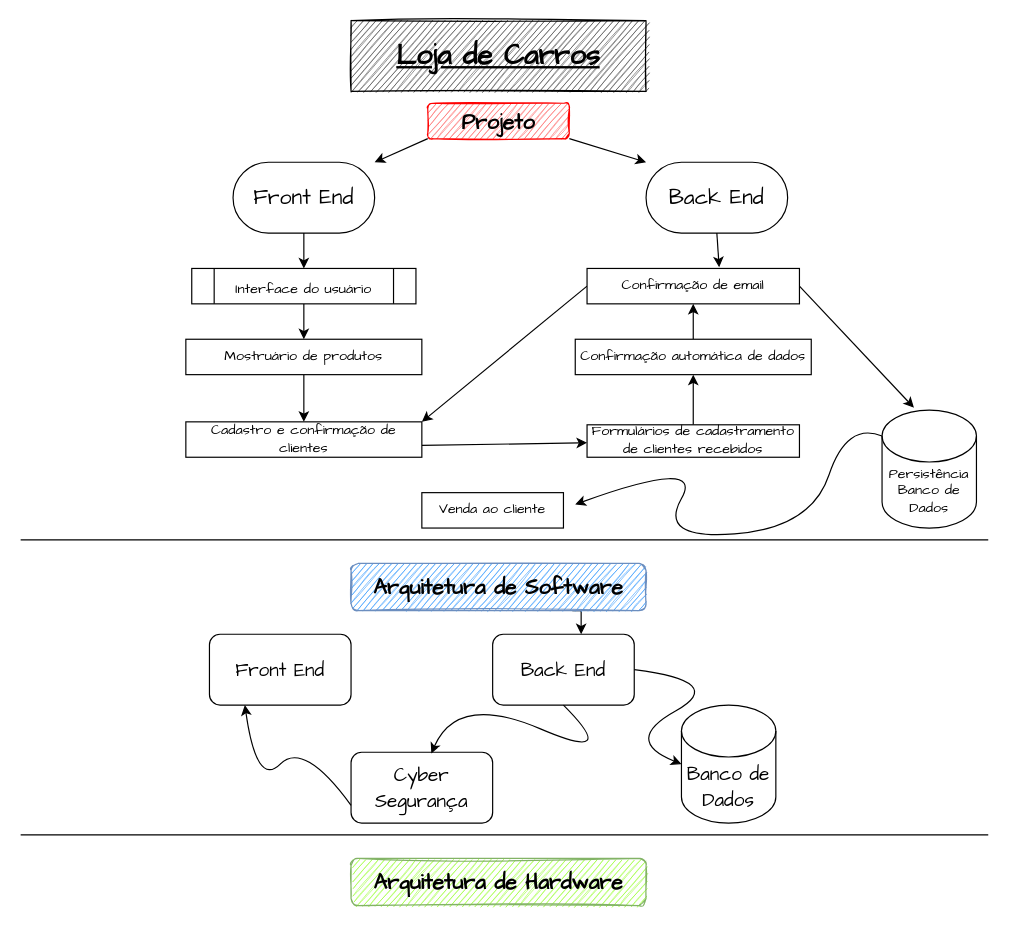
The draw.io diagram Loja de Carros.drawio in ipeeeed/arquivos-da-faculdade, before the edit. Source tidied: cells renumbered, new cells numbered last; positions are measured from the earlier drawing's top-left corner, leaving out a move shared by most shapes. Both pictures are drawn from the tidied source at 118%, with x=0, y=0 at pixel (20, 20).
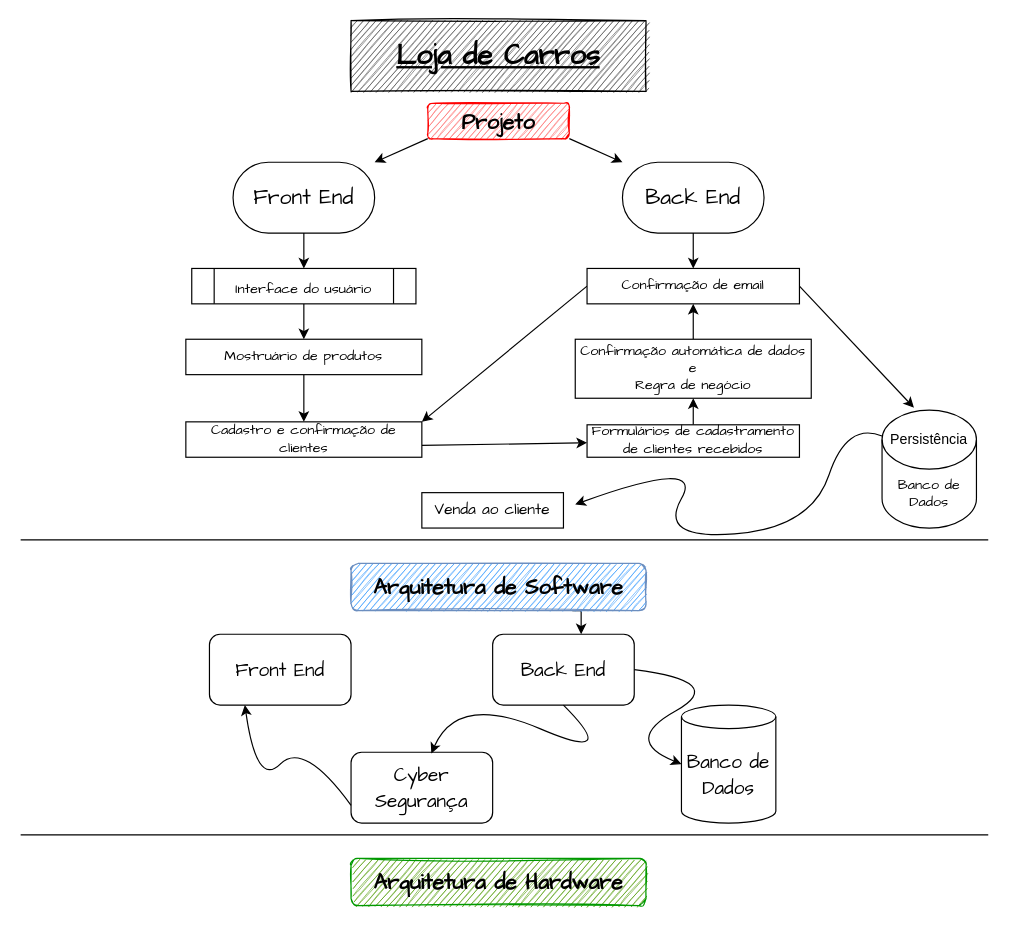
After the change.

The change refers to these unchanged cells:
```xml
<mxCell id="18" value="Formulários de cadastramento de clientes recebidos" style="rounded=0;whiteSpace=wrap;html=1;fontFamily=Comic Sans MS;fontSize=12;" parent="1" vertex="1">
  <mxGeometry x="480" y="342.5" width="180" height="27.5" as="geometry" />
</mxCell>
<mxCell id="24" value="&lt;span&gt;Confirmação de email&lt;/span&gt;" style="rounded=0;whiteSpace=wrap;html=1;fontFamily=Comic Sans MS;fontSize=12;" parent="1" vertex="1">
  <mxGeometry x="480" y="210" width="180" height="30" as="geometry" />
</mxCell>
```

What changed in the source:
```diff
@@
-    <mxCell id="6" style="edgeStyle=none;rounded=0;jettySize=auto;html=1;exitX=0.5;exitY=1;exitDx=0;exitDy=0;fontFamily=Comic Sans MS;fontSize=12;entryX=0.622;entryY=-0.033;entryDx=0;entryDy=0;entryPerimeter=0;" parent="1" edge="1" source="7" target="24">
+    <mxCell id="6" style="edgeStyle=none;rounded=0;jettySize=auto;html=1;exitX=0.5;exitY=1;exitDx=0;exitDy=0;fontFamily=Comic Sans MS;fontSize=12;entryX=0.5;entryY=0;entryDx=0;entryDy=0;" parent="1" edge="1" source="7" target="24">
       <mxGeometry relative="1" as="geometry" />
     </mxCell>
     <mxCell id="7" value="Back End" style="rounded=1;whiteSpace=wrap;html=1;fontFamily=Comic Sans MS;fontSize=18;arcSize=50;" parent="1" vertex="1">
-      <mxGeometry x="530" y="120" width="120" height="60" as="geometry" />
+      <mxGeometry x="510" y="120" width="120" height="60" as="geometry" />
     </mxCell>
@@
-    <mxCell id="16" value="Venda ao cliente" style="rounded=0;whiteSpace=wrap;html=1;fontFamily=Comic Sans MS;fontSize=12;" parent="1" vertex="1">
+    <mxCell id="16" value="&lt;font style=&quot;font-size: 13px&quot;&gt;Venda ao cliente&lt;/font&gt;" style="rounded=0;whiteSpace=wrap;html=1;fontFamily=Comic Sans MS;fontSize=12;" parent="1" vertex="1">
       <mxGeometry x="340" y="400" width="120" height="30" as="geometry" />
     </mxCell>
-    <mxCell id="17" style="edgeStyle=none;rounded=0;jettySize=auto;html=1;exitX=0.5;exitY=0;exitDx=0;exitDy=0;fontFamily=Comic Sans MS;fontSize=12;entryX=0.5;entryY=1;entryDx=0;entryDy=0;" parent="1" edge="1" source="18" target="21">
-      <mxGeometry relative="1" as="geometry" />
+    <mxCell id="17" style="edgeStyle=none;rounded=0;jettySize=auto;html=1;exitX=0.5;exitY=0;exitDx=0;exitDy=0;fontFamily=Comic Sans MS;fontSize=12;" parent="1" edge="1" source="18">
+      <mxGeometry relative="1" as="geometry">
+        <mxPoint x="570" y="320" as="targetPoint" />
+      </mxGeometry>
     </mxCell>
@@
-    <mxCell id="21" value="Confirmação automática de dados" style="rounded=0;whiteSpace=wrap;html=1;fontFamily=Comic Sans MS;fontSize=12;" parent="1" vertex="1">
-      <mxGeometry x="470" y="270" width="200" height="30" as="geometry" />
+    <mxCell id="21" value="Confirmação automática de dados&lt;br&gt;e&lt;br&gt;Regra de negócio" style="rounded=0;whiteSpace=wrap;html=1;fontFamily=Comic Sans MS;fontSize=12;" parent="1" vertex="1">
+      <mxGeometry x="470" y="270" width="200" height="50" as="geometry" />
     </mxCell>
-    <mxCell id="22" value="Persistência&lt;br&gt;Banco de&lt;br&gt;Dados" style="shape=cylinder3;whiteSpace=wrap;html=1;boundedLbl=1;backgroundOutline=1;size=22;fontFamily=Comic Sans MS;fontSize=12;" parent="1" vertex="1">
+    <mxCell id="22" value="Banco de&lt;br&gt;Dados" style="shape=cylinder3;whiteSpace=wrap;html=1;boundedLbl=1;backgroundOutline=1;size=25;fontFamily=Comic Sans MS;fontSize=12;" parent="1" vertex="1">
       <mxGeometry x="730" y="330" width="80" height="100" as="geometry" />
     </mxCell>
@@
-    <mxCell id="27" value="&lt;font size=&quot;3&quot;&gt;Banco de Dados&lt;/font&gt;" style="shape=cylinder3;whiteSpace=wrap;html=1;boundedLbl=1;backgroundOutline=1;size=22;fontFamily=Comic Sans MS;fontSize=18;" parent="1" vertex="1">
+    <mxCell id="27" value="&lt;font size=&quot;3&quot;&gt;Banco de Dados&lt;/font&gt;" style="shape=cylinder3;whiteSpace=wrap;html=1;boundedLbl=1;backgroundOutline=1;size=10;fontFamily=Comic Sans MS;fontSize=18;" parent="1" vertex="1">
       <mxGeometry x="560" y="580" width="80" height="100" as="geometry" />
     </mxCell>
@@
-    <mxCell id="31" value="&lt;font face=&quot;Comic Sans MS&quot; style=&quot;font-size: 18px&quot;&gt;&lt;b&gt;Arquitetura de Hardware&lt;/b&gt;&lt;/font&gt;" style="rounded=1;whiteSpace=wrap;html=1;fillColor=#99FF33;strokeColor=#82b366;sketch=1;" parent="1" vertex="1">
+    <mxCell id="31" value="&lt;font face=&quot;Comic Sans MS&quot; style=&quot;font-size: 18px&quot;&gt;&lt;b&gt;Arquitetura de Hardware&lt;/b&gt;&lt;/font&gt;" style="rounded=1;whiteSpace=wrap;html=1;fillColor=#4D9900;strokeColor=#009900;sketch=1;strokeWidth=1;perimeterSpacing=0;" parent="1" vertex="1">
       <mxGeometry x="280" y="710" width="250" height="40" as="geometry" />
     </mxCell>
@@
+    <mxCell id="38" value="Persistência" style="text;html=1;strokeColor=none;fillColor=none;align=center;verticalAlign=middle;whiteSpace=wrap;rounded=0;sketch=1;" parent="1" vertex="1">
+      <mxGeometry x="740" y="340" width="60" height="30" as="geometry" />
+    </mxCell>
```
